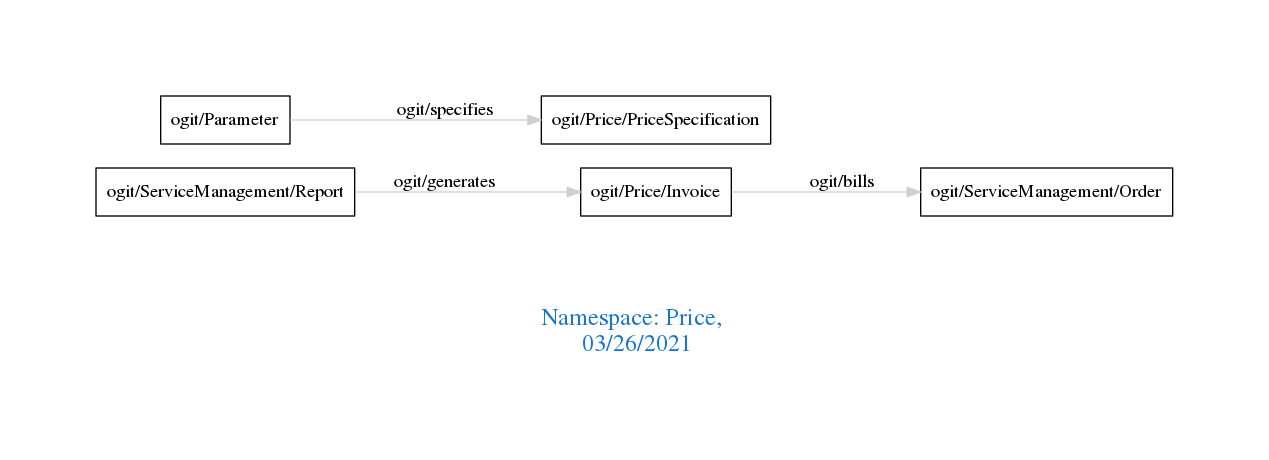
Above: downloads/Price.png in arago/OGIT (Graphviz), before the change. Its source is kept beside it as downloads/Price.dot.
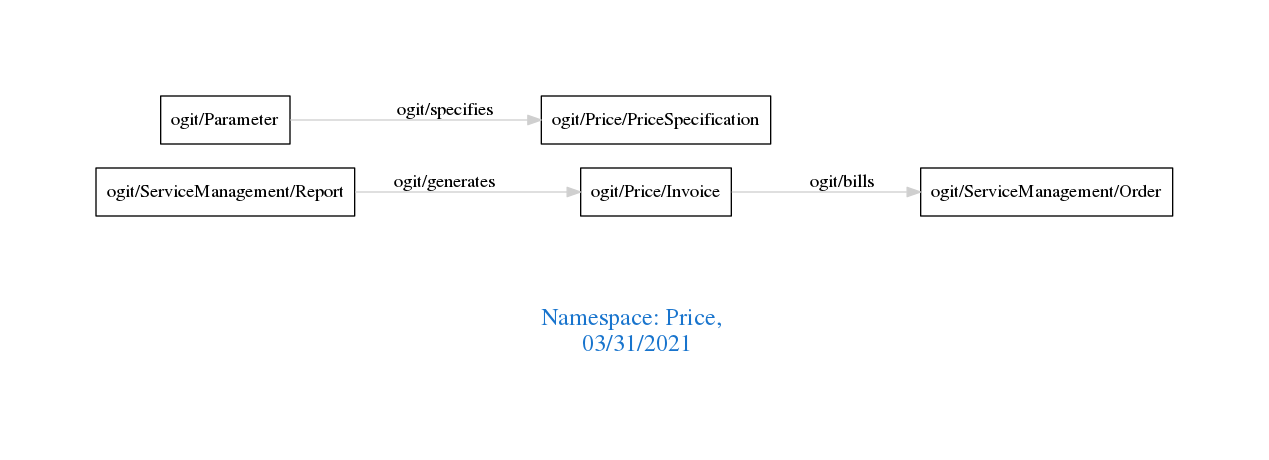
After the commit.

Change to the diagram source:
```diff
@@ -1,7 +1,7 @@
 digraph OGIT_ontology {
  graph [ rankdir= LR,pad=1
 fontsize = 18,
-fontcolor= dodgerblue3,label = "\n\n\nNamespace: Price, \n 03/26/2021"];
+fontcolor= dodgerblue3,label = "\n\n\nNamespace: Price, \n 03/31/2021"];
 node[shape=polygon];
 edge [  color="gray81"];
 
```
